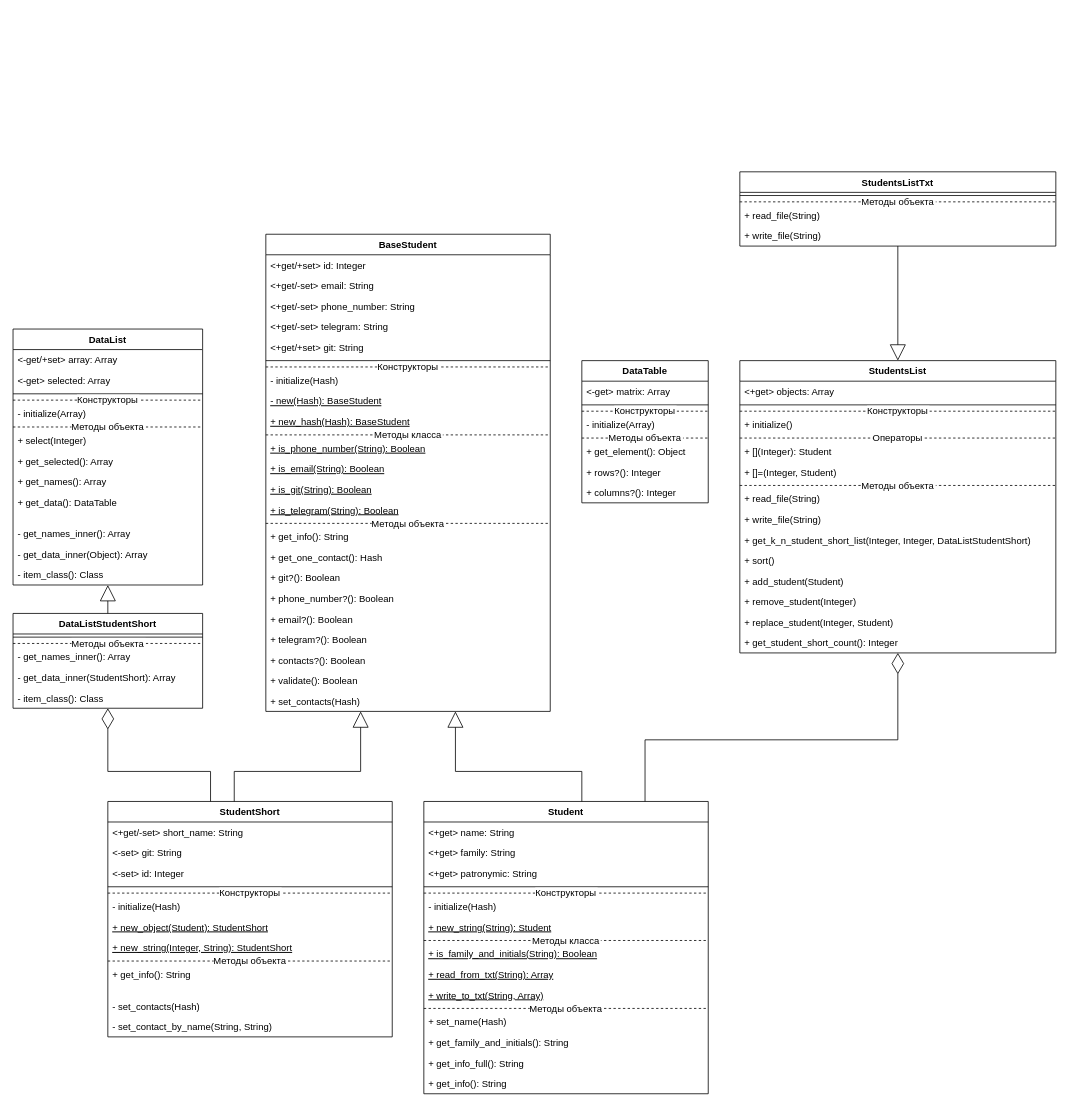
The draw.io diagram lab2/docs/ClassDiagram.drawio in KirSaxhlil/PatternLabs, before the edit. Source tidied: cells renumbered, new cells numbered last; positions are measured from the earlier drawing's top-left corner, leaving out a move shared by most shapes. Both pictures are drawn from the tidied source at 79%, with x=0, y=0 at pixel (13, 171).
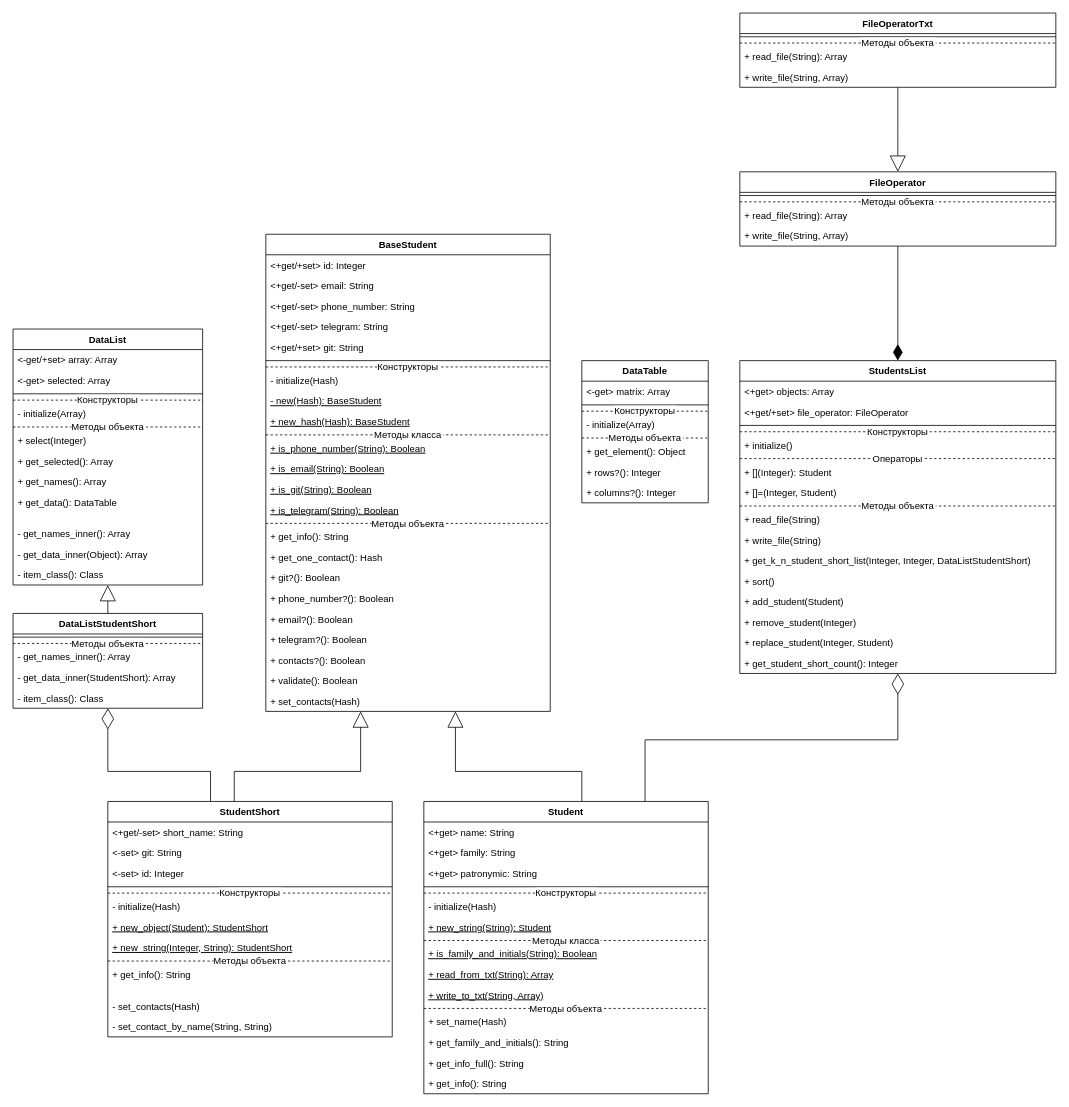
The same diagram, later.

The edit, as a diff of the source:
```diff
@@
     <mxCell id="93" value="StudentsList" style="swimlane;fontStyle=1;align=center;verticalAlign=top;horizontal=1;startSize=26;strokeWidth=1;swimlaneFillColor=default;" parent="1" vertex="1">
-      <mxGeometry x="920" y="239" width="400" height="370" as="geometry" />
+      <mxGeometry x="920" y="239" width="400" height="396" as="geometry" />
     </mxCell>
@@
+    <mxCell id="117" value="&lt;+get/+set&gt; file_operator: FileOperator" style="text;strokeColor=none;fillColor=none;align=left;verticalAlign=top;spacingLeft=4;spacingRight=4;overflow=hidden;dashed=1;strokeWidth=1;" parent="93" vertex="1">
+      <mxGeometry y="52" width="400" height="26" as="geometry" />
+    </mxCell>
     <mxCell id="95" style="line;strokeWidth=1;fillColor=none;align=left;verticalAlign=middle;spacingTop=-1;spacingLeft=3;spacingRight=3;labelPosition=right;strokeColor=inherit;" parent="93" vertex="1">
-      <mxGeometry y="52" width="400" height="8" as="geometry" />
+      <mxGeometry y="78" width="400" height="8" as="geometry" />
     </mxCell>
     <mxCell id="96" value="Конструкторы" style="line;strokeWidth=1;fillColor=none;align=center;verticalAlign=middle;spacingTop=-1;spacingLeft=3;spacingRight=3;labelPosition=center;strokeColor=inherit;dashed=1;verticalLabelPosition=middle;" parent="93" vertex="1">
-      <mxGeometry y="60" width="400" height="8" as="geometry" />
+      <mxGeometry y="86" width="400" height="8" as="geometry" />
     </mxCell>
     <mxCell id="97" value="+ initialize()" style="text;strokeColor=none;fillColor=none;align=left;verticalAlign=top;spacingLeft=4;spacingRight=4;overflow=hidden;dashed=1;strokeWidth=1;" parent="93" vertex="1">
-      <mxGeometry y="68" width="400" height="26" as="geometry" />
+      <mxGeometry y="94" width="400" height="26" as="geometry" />
     </mxCell>
     <mxCell id="98" value="Операторы" style="line;strokeWidth=1;fillColor=none;align=center;verticalAlign=middle;spacingTop=-1;spacingLeft=3;spacingRight=3;labelPosition=center;strokeColor=inherit;dashed=1;verticalLabelPosition=middle;" parent="93" vertex="1">
-      <mxGeometry y="94" width="400" height="8" as="geometry" />
+      <mxGeometry y="120" width="400" height="8" as="geometry" />
     </mxCell>
     <mxCell id="99" value="+ [](Integer): Student" style="text;strokeColor=none;fillColor=none;align=left;verticalAlign=top;spacingLeft=4;spacingRight=4;overflow=hidden;dashed=1;strokeWidth=1;" parent="93" vertex="1">
-      <mxGeometry y="102" width="400" height="26" as="geometry" />
+      <mxGeometry y="128" width="400" height="26" as="geometry" />
     </mxCell>
     <mxCell id="100" value="+ []=(Integer, Student)" style="text;strokeColor=none;fillColor=none;align=left;verticalAlign=top;spacingLeft=4;spacingRight=4;overflow=hidden;dashed=1;strokeWidth=1;" parent="93" vertex="1">
-      <mxGeometry y="128" width="400" height="26" as="geometry" />
+      <mxGeometry y="154" width="400" height="26" as="geometry" />
     </mxCell>
     <mxCell id="101" value="Методы объекта" style="line;strokeWidth=1;fillColor=none;align=center;verticalAlign=middle;spacingTop=-1;spacingLeft=3;spacingRight=3;labelPosition=center;strokeColor=inherit;dashed=1;verticalLabelPosition=middle;" parent="93" vertex="1">
-      <mxGeometry y="154" width="400" height="8" as="geometry" />
+      <mxGeometry y="180" width="400" height="8" as="geometry" />
     </mxCell>
     <mxCell id="102" value="+ read_file(String)" style="text;strokeColor=none;fillColor=none;align=left;verticalAlign=top;spacingLeft=4;spacingRight=4;overflow=hidden;dashed=1;strokeWidth=1;" parent="93" vertex="1">
-      <mxGeometry y="162" width="400" height="26" as="geometry" />
+      <mxGeometry y="188" width="400" height="26" as="geometry" />
     </mxCell>
     <mxCell id="103" value="+ write_file(String)" style="text;strokeColor=none;fillColor=none;align=left;verticalAlign=top;spacingLeft=4;spacingRight=4;overflow=hidden;dashed=1;strokeWidth=1;" parent="93" vertex="1">
-      <mxGeometry y="188" width="400" height="26" as="geometry" />
+      <mxGeometry y="214" width="400" height="26" as="geometry" />
     </mxCell>
     <mxCell id="104" value="+ get_k_n_student_short_list(Integer, Integer, DataListStudentShort)" style="text;strokeColor=none;fillColor=none;align=left;verticalAlign=top;spacingLeft=4;spacingRight=4;overflow=hidden;dashed=1;strokeWidth=1;" parent="93" vertex="1">
-      <mxGeometry y="214" width="400" height="26" as="geometry" />
+      <mxGeometry y="240" width="400" height="26" as="geometry" />
     </mxCell>
     <mxCell id="105" value="+ sort()" style="text;strokeColor=none;fillColor=none;align=left;verticalAlign=top;spacingLeft=4;spacingRight=4;overflow=hidden;dashed=1;strokeWidth=1;" parent="93" vertex="1">
-      <mxGeometry y="240" width="400" height="26" as="geometry" />
+      <mxGeometry y="266" width="400" height="26" as="geometry" />
     </mxCell>
     <mxCell id="106" value="+ add_student(Student)" style="text;strokeColor=none;fillColor=none;align=left;verticalAlign=top;spacingLeft=4;spacingRight=4;overflow=hidden;dashed=1;strokeWidth=1;" parent="93" vertex="1">
-      <mxGeometry y="266" width="400" height="26" as="geometry" />
+      <mxGeometry y="292" width="400" height="26" as="geometry" />
     </mxCell>
     <mxCell id="107" value="+ remove_student(Integer)" style="text;strokeColor=none;fillColor=none;align=left;verticalAlign=top;spacingLeft=4;spacingRight=4;overflow=hidden;dashed=1;strokeWidth=1;" parent="93" vertex="1">
-      <mxGeometry y="292" width="400" height="26" as="geometry" />
+      <mxGeometry y="318" width="400" height="26" as="geometry" />
     </mxCell>
     <mxCell id="108" value="+ replace_student(Integer, Student)" style="text;strokeColor=none;fillColor=none;align=left;verticalAlign=top;spacingLeft=4;spacingRight=4;overflow=hidden;dashed=1;strokeWidth=1;" parent="93" vertex="1">
-      <mxGeometry y="318" width="400" height="26" as="geometry" />
+      <mxGeometry y="344" width="400" height="26" as="geometry" />
     </mxCell>
     <mxCell id="109" value="+ get_student_short_count(): Integer" style="text;strokeColor=none;fillColor=none;align=left;verticalAlign=top;spacingLeft=4;spacingRight=4;overflow=hidden;dashed=1;strokeWidth=1;" parent="93" vertex="1">
-      <mxGeometry y="344" width="400" height="26" as="geometry" />
+      <mxGeometry y="370" width="400" height="26" as="geometry" />
     </mxCell>
@@
-    <mxCell id="111" value="StudentsListTxt" style="swimlane;fontStyle=1;align=center;verticalAlign=top;horizontal=1;startSize=26;strokeWidth=1;swimlaneFillColor=default;" parent="1" vertex="1">
+    <mxCell id="111" value="FileOperator" style="swimlane;fontStyle=1;align=center;verticalAlign=top;horizontal=1;startSize=26;strokeWidth=1;swimlaneFillColor=default;" parent="1" vertex="1">
       <mxGeometry x="920" width="400" height="94" as="geometry" />
     </mxCell>
@@
-    <mxCell id="114" value="+ read_file(String)" style="text;strokeColor=none;fillColor=none;align=left;verticalAlign=top;spacingLeft=4;spacingRight=4;overflow=hidden;dashed=1;strokeWidth=1;" parent="111" vertex="1">
+    <mxCell id="114" value="+ read_file(String): Array" style="text;strokeColor=none;fillColor=none;align=left;verticalAlign=top;spacingLeft=4;spacingRight=4;overflow=hidden;dashed=1;strokeWidth=1;" parent="111" vertex="1">
       <mxGeometry y="42" width="400" height="26" as="geometry" />
     </mxCell>
-    <mxCell id="115" value="+ write_file(String)" style="text;strokeColor=none;fillColor=none;align=left;verticalAlign=top;spacingLeft=4;spacingRight=4;overflow=hidden;dashed=1;strokeWidth=1;" parent="111" vertex="1">
+    <mxCell id="115" value="+ write_file(String, Array)" style="text;strokeColor=none;fillColor=none;align=left;verticalAlign=top;spacingLeft=4;spacingRight=4;overflow=hidden;dashed=1;strokeWidth=1;" parent="111" vertex="1">
       <mxGeometry y="68" width="400" height="26" as="geometry" />
     </mxCell>
-    <mxCell id="116" style="endArrow=block;endFill=0;endSize=18;html=1;rounded=0;" parent="1" edge="1" source="111" target="93">
+    <mxCell id="116" style="endArrow=diamondThin;endFill=1;endSize=18;html=1;rounded=0;" parent="1" edge="1" source="111" target="93">
       <mxGeometry relative="1" as="geometry" />
     </mxCell>
+    <mxCell id="118" value="FileOperatorTxt" style="swimlane;fontStyle=1;align=center;verticalAlign=top;horizontal=1;startSize=26;strokeWidth=1;swimlaneFillColor=default;" parent="1" vertex="1">
+      <mxGeometry x="920" y="-201" width="400" height="94" as="geometry" />
+    </mxCell>
+    <mxCell id="119" style="line;strokeWidth=1;fillColor=none;align=left;verticalAlign=middle;spacingTop=-1;spacingLeft=3;spacingRight=3;labelPosition=right;strokeColor=inherit;" parent="118" vertex="1">
+      <mxGeometry y="26" width="400" height="8" as="geometry" />
+    </mxCell>
+    <mxCell id="120" value="Методы объекта" style="line;strokeWidth=1;fillColor=none;align=center;verticalAlign=middle;spacingTop=-1;spacingLeft=3;spacingRight=3;labelPosition=center;strokeColor=inherit;dashed=1;verticalLabelPosition=middle;" parent="118" vertex="1">
+      <mxGeometry y="34" width="400" height="8" as="geometry" />
+    </mxCell>
+    <mxCell id="121" value="+ read_file(String): Array" style="text;strokeColor=none;fillColor=none;align=left;verticalAlign=top;spacingLeft=4;spacingRight=4;overflow=hidden;dashed=1;strokeWidth=1;" parent="118" vertex="1">
+      <mxGeometry y="42" width="400" height="26" as="geometry" />
+    </mxCell>
+    <mxCell id="122" value="+ write_file(String, Array)" style="text;strokeColor=none;fillColor=none;align=left;verticalAlign=top;spacingLeft=4;spacingRight=4;overflow=hidden;dashed=1;strokeWidth=1;" parent="118" vertex="1">
+      <mxGeometry y="68" width="400" height="26" as="geometry" />
+    </mxCell>
+    <mxCell id="123" style="endArrow=block;html=1;rounded=0;endFill=0;jumpSize=6;endSize=18;edgeStyle=orthogonalEdgeStyle;" parent="1" edge="1" source="118" target="111">
+      <mxGeometry relative="1" as="geometry">
+        <Array as="points">
+          <mxPoint x="1120" y="-51" />
+          <mxPoint x="1120" y="-51" />
+        </Array>
+      </mxGeometry>
+    </mxCell>
```
